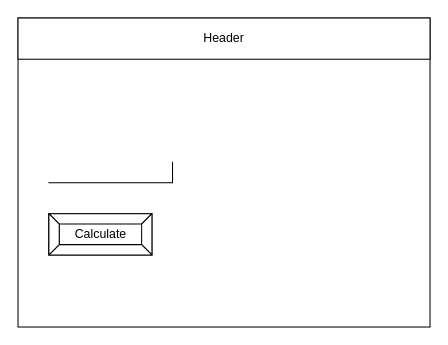
Claire-Bedrossian/ICS2O-Assignment-6-JS keeps this draw.io diagram as design/story-board.drawio. Above is the earlier version. Source tidied: cells renumbered, new cells numbered last; positions are measured from the earlier drawing's top-left corner, leaving out a move shared by most shapes. Both pictures are drawn from the tidied source at 103%, with x=0, y=0 at pixel (18, 18).
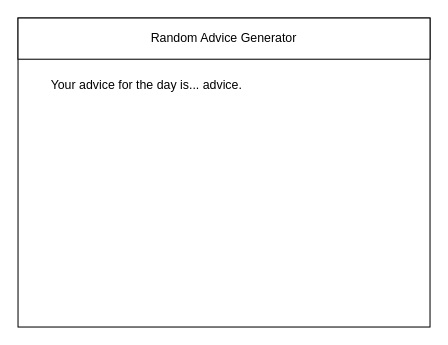
Above is the later version.

Commit message (it also covers changes not shown here):
added flowchart and storyboard

What changed in the source:
```diff
@@
 <mxGraphModel>
   <root>
     <mxCell id="0" />
     <mxCell id="1" parent="0" />
     <mxCell id="2" style="rounded=0;whiteSpace=wrap;html=1;" parent="1" vertex="1">
       <mxGeometry width="400" height="300" as="geometry" />
     </mxCell>
-    <mxCell id="3" value="Header" style="rounded=0;whiteSpace=wrap;html=1;" parent="1" vertex="1">
+    <mxCell id="3" value="Random Advice Generator" style="rounded=0;whiteSpace=wrap;html=1;" parent="1" vertex="1">
       <mxGeometry width="400" height="40" as="geometry" />
     </mxCell>
-    <mxCell id="4" style="shape=partialRectangle;whiteSpace=wrap;html=1;top=0;left=0;fillColor=none;" parent="1" vertex="1">
-      <mxGeometry x="30" y="140" width="120" height="20" as="geometry" />
-    </mxCell>
-    <mxCell id="5" value="Calculate" style="labelPosition=center;verticalLabelPosition=middle;align=center;html=1;shape=mxgraph.basic.button;dx=10;" parent="1" vertex="1">
-      <mxGeometry x="30" y="190" width="100" height="40" as="geometry" />
+    <mxCell id="5" value="Your advice for the day is... advice." style="text;html=1;strokeColor=none;fillColor=none;align=center;verticalAlign=middle;whiteSpace=wrap;rounded=0;" parent="1" vertex="1">
+      <mxGeometry x="20" y="50" width="210" height="30" as="geometry" />
     </mxCell>
   </root>
 </mxGraphModel>
```
